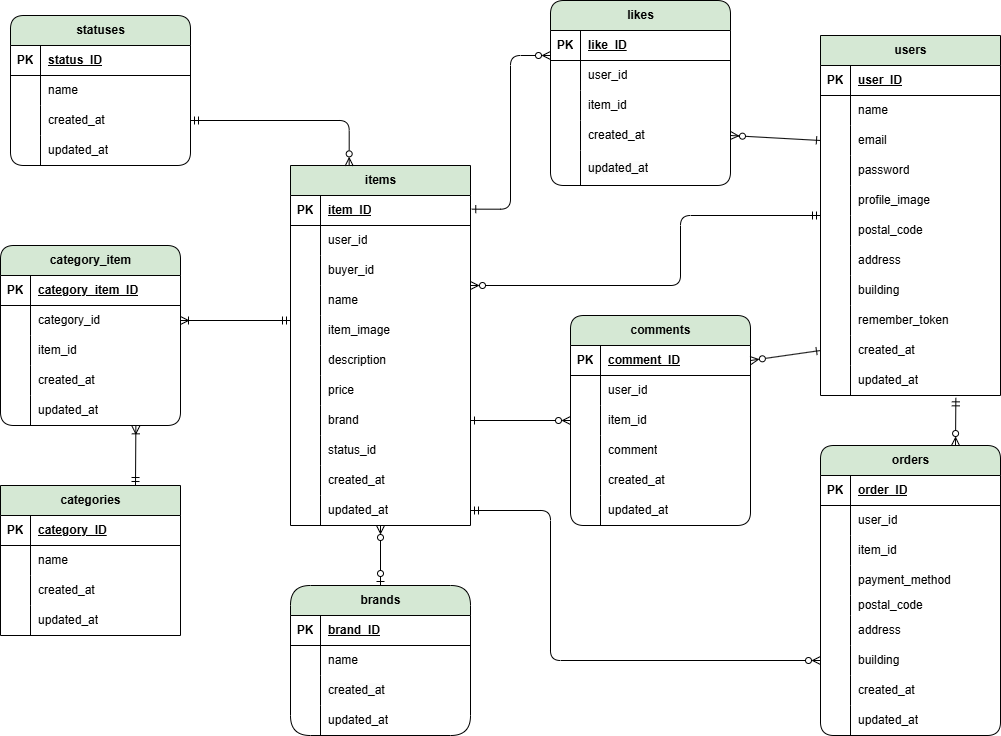
Earlier version of the draw.io export readme-assets/table.drawio.png (yoki229/COACHTECHfurima). Source tidied: cells renumbered, new cells last; positions are measured from the earlier drawing's top-left corner, leaving out a move shared by most shapes.
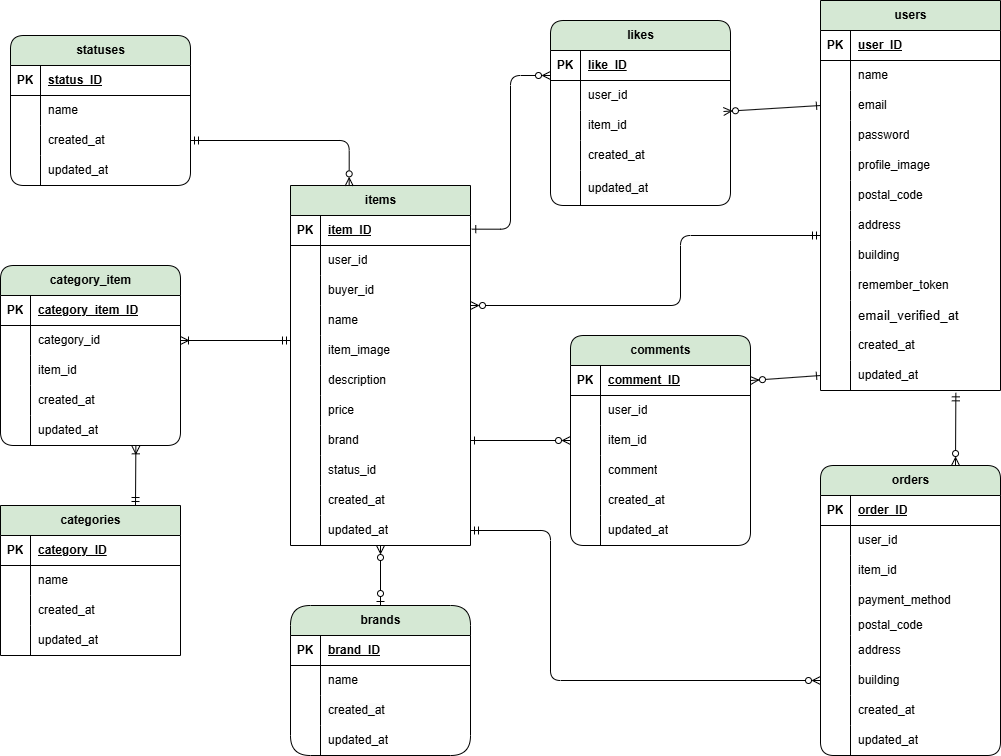
Later version of the same file.

What changed in the source:
```diff
@@ -3,7 +3,7 @@
     <mxCell id="0" />
     <mxCell id="1" parent="0" />
     <mxCell id="2" value="users" style="shape=table;startSize=30;rowLines=0;fontStyle=1;align=center;html=1;fillColor=#d5e8d4;strokeColor=#000000;" parent="1" vertex="1">
-      <mxGeometry x="820" y="35" width="180" height="360" as="geometry" />
+      <mxGeometry x="820" y="-20" width="180" height="390" as="geometry" />
     </mxCell>
     <mxCell id="3" style="shape=tableRow;horizontal=0;startSize=0;swimlaneHead=0;swimlaneBody=0;fillColor=none;top=0;left=0;right=0;bottom=1;" parent="2" vertex="1">
       <mxGeometry y="30" width="180" height="30" as="geometry" />
@@ -86,8 +86,17 @@
     <mxCell id="29" value="remember_token" style="shape=partialRectangle;fillColor=none;top=0;left=0;bottom=0;right=0;align=left;spacingLeft=6;overflow=hidden;whiteSpace=wrap;html=1;" parent="27" vertex="1">
       <mxGeometry x="30" width="150" height="30" as="geometry" />
     </mxCell>
+    <mxCell id="199" style="shape=tableRow;horizontal=0;startSize=0;swimlaneHead=0;swimlaneBody=0;fillColor=none;top=0;left=0;right=0;bottom=0;" parent="2" vertex="1">
+      <mxGeometry y="300" width="180" height="30" as="geometry" />
+    </mxCell>
+    <mxCell id="200" style="shape=partialRectangle;fillColor=none;top=0;left=0;bottom=0;right=0;overflow=hidden;whiteSpace=wrap;html=1;" parent="199" vertex="1">
+      <mxGeometry width="30" height="30" as="geometry" />
+    </mxCell>
+    <mxCell id="201" value="&lt;span style=&quot;color: rgb(0, 0, 0); font-size: 10pt; font-family: Arial;&quot;&gt;email_verified_at&lt;/span&gt;" style="shape=partialRectangle;fillColor=none;top=0;left=0;bottom=0;right=0;align=left;spacingLeft=6;overflow=hidden;whiteSpace=wrap;html=1;" parent="199" vertex="1">
+      <mxGeometry x="30" width="150" height="30" as="geometry" />
+    </mxCell>
     <mxCell id="30" style="shape=tableRow;horizontal=0;startSize=0;swimlaneHead=0;swimlaneBody=0;fillColor=none;points=[[0,0.5],[1,0.5]];portConstraint=eastwest;top=0;left=0;right=0;bottom=0;" parent="2" vertex="1">
-      <mxGeometry y="300" width="180" height="30" as="geometry" />
+      <mxGeometry y="330" width="180" height="30" as="geometry" />
     </mxCell>
     <mxCell id="31" style="shape=partialRectangle;fillColor=none;top=0;left=0;bottom=0;right=0;overflow=hidden;whiteSpace=wrap;html=1;" parent="30" vertex="1">
       <mxGeometry width="30" height="30" as="geometry" />
@@ -96,7 +105,7 @@
       <mxGeometry x="30" width="150" height="30" as="geometry" />
     </mxCell>
     <mxCell id="33" style="shape=tableRow;horizontal=0;startSize=0;swimlaneHead=0;swimlaneBody=0;fillColor=none;points=[[0,0.5],[1,0.5]];portConstraint=eastwest;top=0;left=0;right=0;bottom=0;" parent="2" vertex="1">
-      <mxGeometry y="330" width="180" height="30" as="geometry" />
+      <mxGeometry y="360" width="180" height="30" as="geometry" />
     </mxCell>
     <mxCell id="34" style="shape=partialRectangle;fillColor=none;top=0;left=0;bottom=0;right=0;overflow=hidden;whiteSpace=wrap;html=1;" parent="33" vertex="1">
       <mxGeometry width="30" height="30" as="geometry" />
@@ -576,10 +585,10 @@
     <mxCell id="190" style="edgeStyle=none;html=1;exitX=0;exitY=0.5;exitDx=0;exitDy=0;entryX=1;entryY=0.5;entryDx=0;entryDy=0;startArrow=ERzeroToMany;startFill=0;endArrow=ERone;endFill=0;" parent="1" edge="1" source="121" target="58">
       <mxGeometry relative="1" as="geometry" />
     </mxCell>
-    <mxCell id="191" style="edgeStyle=none;html=1;exitX=1;exitY=0.5;exitDx=0;exitDy=0;entryX=0;entryY=0.5;entryDx=0;entryDy=0;startArrow=ERzeroToMany;startFill=0;endArrow=ERone;endFill=0;" parent="1" edge="1" source="115" target="30">
+    <mxCell id="191" style="edgeStyle=none;html=1;exitX=1;exitY=0.5;exitDx=0;exitDy=0;entryX=0;entryY=0.5;entryDx=0;entryDy=0;startArrow=ERzeroToMany;startFill=0;endArrow=ERone;endFill=0;" parent="1" edge="1" source="115" target="33">
       <mxGeometry relative="1" as="geometry" />
     </mxCell>
-    <mxCell id="192" style="edgeStyle=none;html=1;exitX=1;exitY=0.5;exitDx=0;exitDy=0;entryX=0;entryY=0.5;entryDx=0;entryDy=0;startArrow=ERzeroToMany;startFill=0;endArrow=ERone;endFill=0;" parent="1" edge="1" source="108" target="9">
+    <mxCell id="192" style="edgeStyle=none;html=1;exitX=0.961;exitY=1.033;exitDx=0;exitDy=0;entryX=0;entryY=0.5;entryDx=0;entryDy=0;startArrow=ERzeroToMany;startFill=0;endArrow=ERone;endFill=0;exitPerimeter=0;" parent="1" edge="1" source="102" target="9">
       <mxGeometry relative="1" as="geometry" />
     </mxCell>
     <mxCell id="193" style="edgeStyle=orthogonalEdgeStyle;html=1;exitX=0;exitY=0.5;exitDx=0;exitDy=0;entryX=1;entryY=0.5;entryDx=0;entryDy=0;startArrow=ERzeroToMany;startFill=0;endArrow=ERmandOne;endFill=0;" parent="1" edge="1" source="89" target="67">
```
